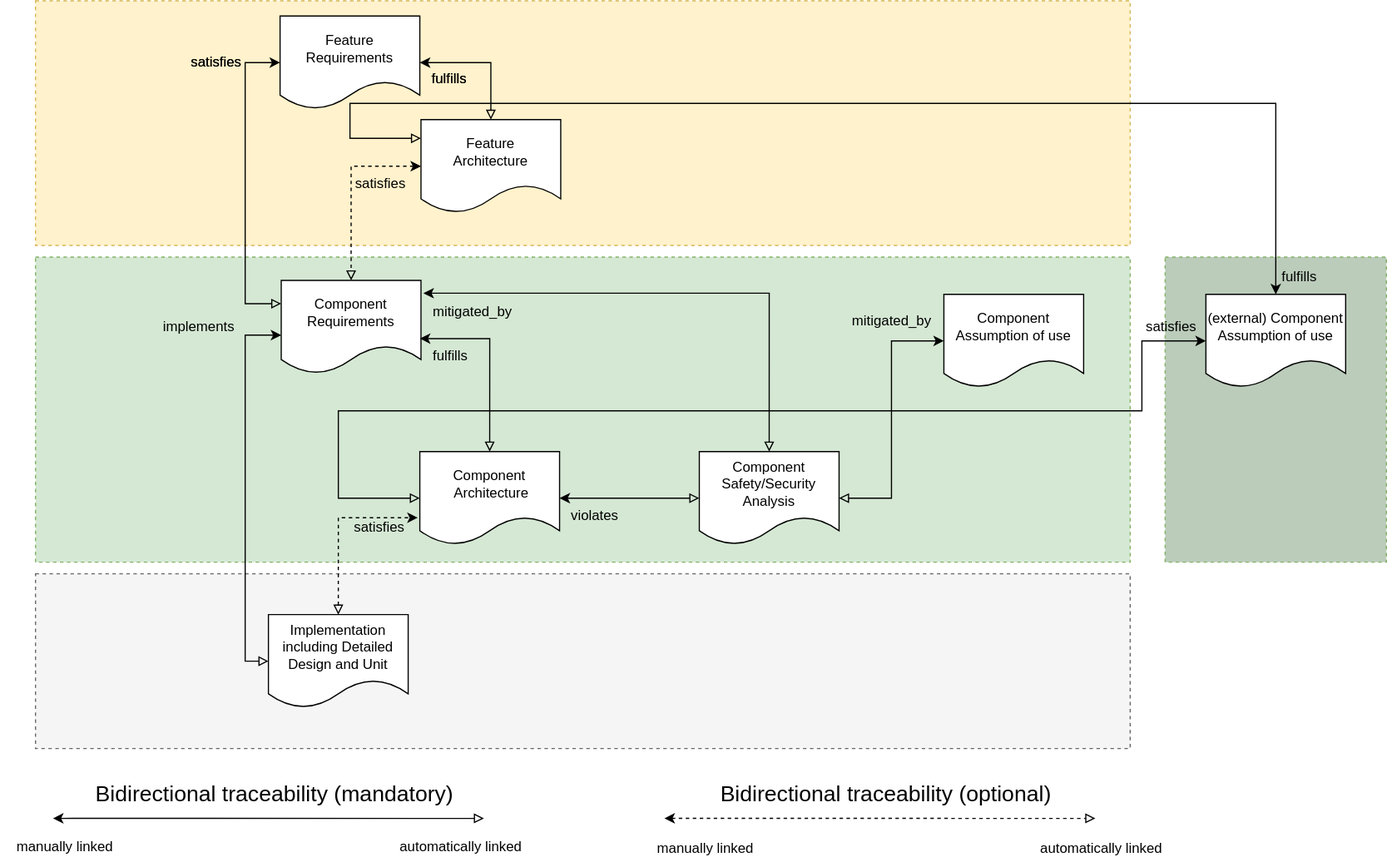
The draw.io diagram main/_images/score_traceability_model_cmp_overview_1.drawio.svg in eclipse-score/process_description, before a commit. Source tidied: cells renumbered, new cells last; positions are measured from the earlier drawing's top-left corner, leaving out a move shared by most shapes.
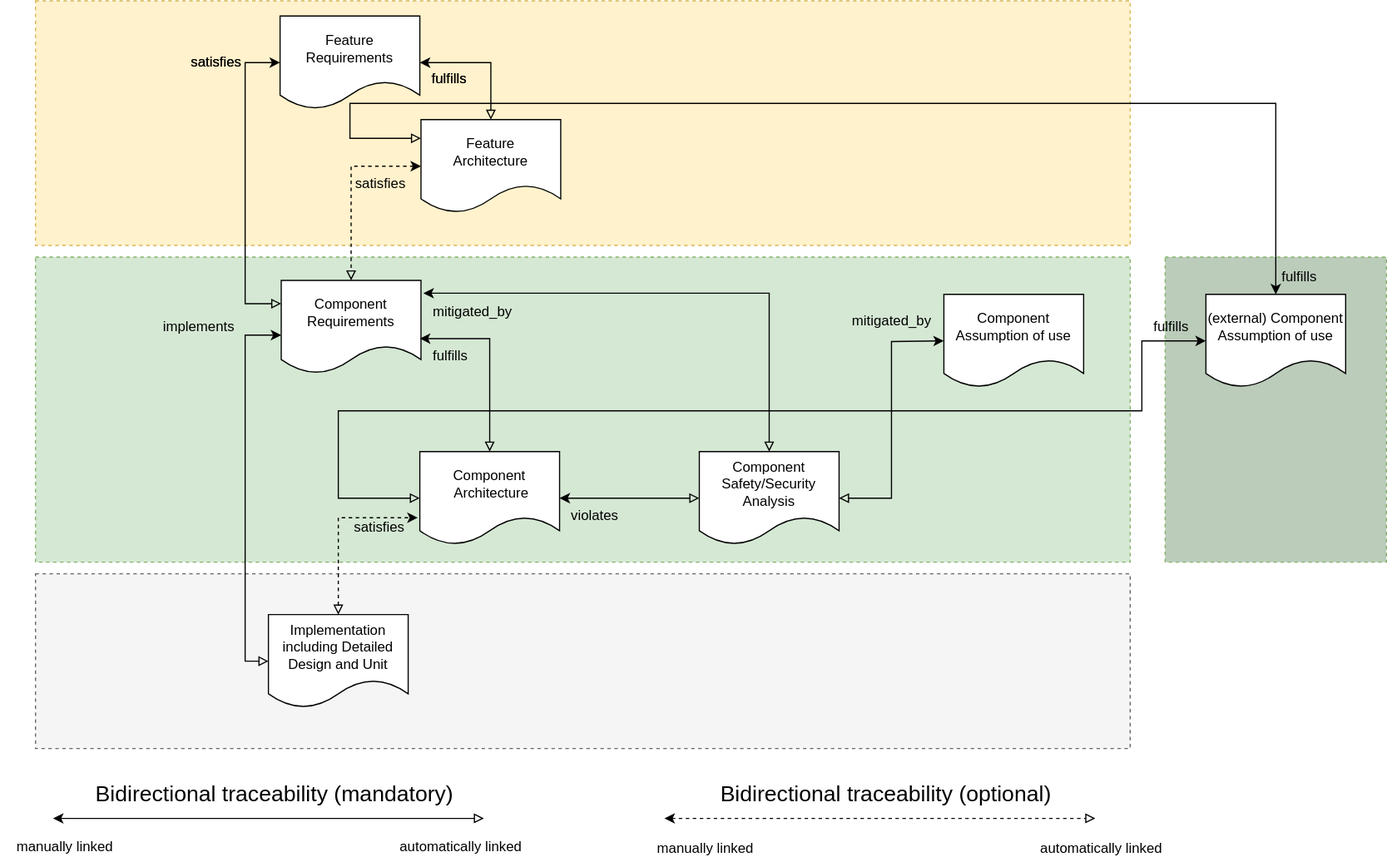
The same diagram one commit later.

Change to the diagram source:
```diff
@@ -153,8 +153,8 @@
     <mxCell id="36" value="fulfills" style="text;html=1;align=center;verticalAlign=middle;strokeColor=none;fillColor=none;" parent="1" vertex="1">
       <mxGeometry x="361" y="290" width="50" height="30" as="geometry" />
     </mxCell>
-    <mxCell id="37" value="satisfies" style="text;html=1;align=center;verticalAlign=middle;strokeColor=none;fillColor=none;" parent="1" vertex="1">
-      <mxGeometry x="970" y="265" width="70" height="30" as="geometry" />
+    <mxCell id="37" value="fulfills" style="text;html=1;align=center;verticalAlign=middle;strokeColor=none;fillColor=none;" parent="1" vertex="1">
+      <mxGeometry x="980" y="265" width="50" height="30" as="geometry" />
     </mxCell>
     <mxCell id="38" value="fulfills" style="text;html=1;align=center;verticalAlign=middle;strokeColor=none;fillColor=none;" parent="1" vertex="1">
       <mxGeometry x="1090" y="222" width="50" height="30" as="geometry" />
```
